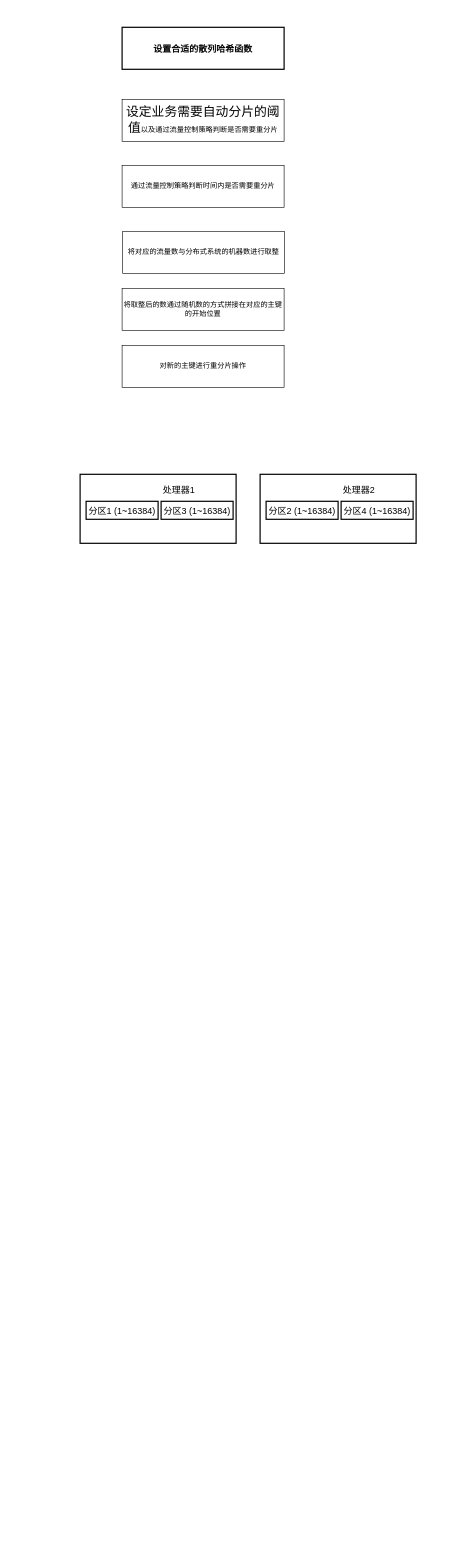
Above: 壮丽.drawio in lingpengzhou/diagrams.io (draw.io), before the change. Source tidied: cells renumbered, new cells numbered last; positions are measured from the earlier drawing's top-left corner, leaving out a move shared by most shapes. Both pictures are drawn from the tidied source at 60%, with x=0, y=0 at pixel (80, 27).
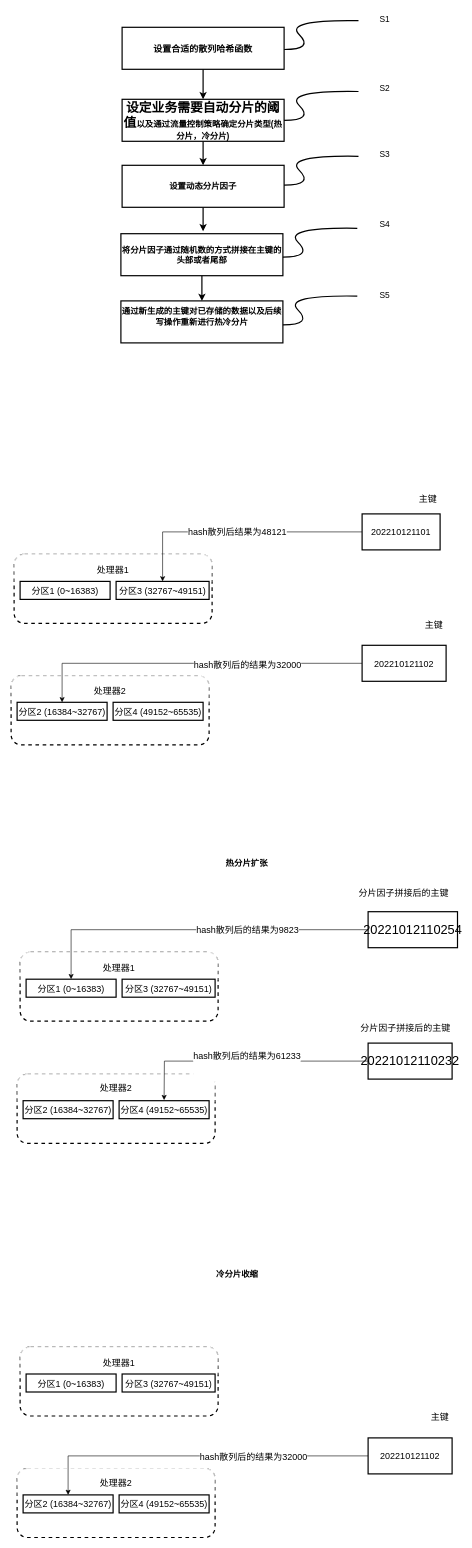
Above is the later version.

Unchanged cells that the change refers to:
```xml
<mxCell id="2" value="&lt;span&gt;&lt;font style=&quot;font-size: 15px;&quot;&gt;&lt;b&gt;设置合适的散列哈希函数&lt;/b&gt;&lt;/font&gt;&lt;/span&gt;" style="rounded=0;whiteSpace=wrap;html=1;strokeWidth=2;" parent="1" vertex="1">
  <mxGeometry x="70" width="270" height="70" as="geometry" />
</mxCell>
```

Change to the diagram source:
```diff
@@
+    <mxCell id="16" style="edgeStyle=orthogonalEdgeStyle;rounded=0;jettySize=auto;html=1;fontSize=15;strokeWidth=2;" parent="1" edge="1" source="2" target="3">
+      <mxGeometry relative="1" as="geometry" />
+    </mxCell>
@@
+    <mxCell id="17" style="edgeStyle=orthogonalEdgeStyle;rounded=0;jettySize=auto;html=1;fontSize=14;strokeWidth=2;" parent="1" edge="1" source="3" target="4">
+      <mxGeometry relative="1" as="geometry" />
+    </mxCell>
-    <mxCell id="3" value="&lt;span style=&quot;font-size:16.0pt;font-family:仿宋_GB2312;&lt;br/&gt;mso-hansi-font-family:&amp;quot;Times New Roman&amp;quot;;mso-bidi-font-family:仿宋_GB2312;&lt;br/&gt;mso-ansi-language:EN-US;mso-fareast-language:ZH-CN;mso-bidi-language:AR-SA&quot;&gt;设定业务需要自动分片的阈值&lt;/span&gt;以及通过流量控制策略判断是否需要重分片" style="rounded=0;whiteSpace=wrap;html=1;" parent="1" vertex="1">
+    <mxCell id="3" value="&lt;span style=&quot;font-size:16.0pt;font-family:仿宋_GB2312;&lt;br/&gt;mso-hansi-font-family:&amp;quot;Times New Roman&amp;quot;;mso-bidi-font-family:仿宋_GB2312;&lt;br/&gt;mso-ansi-language:EN-US;mso-fareast-language:ZH-CN;mso-bidi-language:AR-SA&quot;&gt;设定业务需要自动分片的阈值&lt;/span&gt;以及通过流量控制策略确定分片类型&lt;span lang=&quot;EN-US&quot;&gt;(&lt;/span&gt;热分片，冷分片&lt;span lang=&quot;EN-US&quot;&gt;)&lt;/span&gt;" style="rounded=0;whiteSpace=wrap;html=1;fontStyle=1;labelBorderColor=none;fontSize=14;strokeWidth=2;" parent="1" vertex="1">
       <mxGeometry x="70" y="120" width="270" height="70" as="geometry" />
     </mxCell>
+    <mxCell id="18" style="edgeStyle=orthogonalEdgeStyle;rounded=0;jettySize=auto;html=1;fontSize=14;strokeWidth=2;" parent="1" edge="1" source="4">
+      <mxGeometry relative="1" as="geometry">
+        <mxPoint x="205" y="340" as="targetPoint" />
+      </mxGeometry>
+    </mxCell>
-    <mxCell id="4" value="通过流量控制策略判断时间内是否需要重分片" style="rounded=0;whiteSpace=wrap;html=1;" parent="1" vertex="1">
+    <mxCell id="4" value="&lt;span&gt;&lt;font style=&quot;font-size: 14px;&quot;&gt;&lt;b&gt;设置动态分片因子&lt;/b&gt;&lt;/font&gt;&lt;/span&gt;" style="rounded=0;whiteSpace=wrap;html=1;strokeWidth=2;" parent="1" vertex="1">
       <mxGeometry x="70" y="230" width="270" height="70" as="geometry" />
     </mxCell>
-    <mxCell id="5" value="将对应的流量数与分布式系统的机器数进行取整" style="rounded=0;whiteSpace=wrap;html=1;" parent="1" vertex="1">
-      <mxGeometry x="71" y="340" width="270" height="70" as="geometry" />
-    </mxCell>
-    <mxCell id="6" value="将取整后的数通过随机数的方式拼接在对应的主键的开始位置" style="rounded=0;whiteSpace=wrap;html=1;" parent="1" vertex="1">
-      <mxGeometry x="70" y="435" width="270" height="70" as="geometry" />
-    </mxCell>
-    <mxCell id="7" value="对新的主键进行重分片操作" style="rounded=0;whiteSpace=wrap;html=1;" parent="1" vertex="1">
-      <mxGeometry x="70" y="530" width="270" height="70" as="geometry" />
-    </mxCell>
-    <mxCell id="8" style="rounded=0;whiteSpace=wrap;html=1;strokeWidth=2;fontSize=15;" parent="1" vertex="1">
-      <mxGeometry y="745" width="260" height="115" as="geometry" />
+    <mxCell id="8" style="rounded=1;whiteSpace=wrap;html=1;strokeWidth=2;fontSize=15;glass=1;dashed=1;" parent="1" vertex="1">
+      <mxGeometry x="-110" y="878.5" width="330" height="115" as="geometry" />
     </mxCell>
-    <mxCell id="9" value="分区1 (1~16384)" style="rounded=0;whiteSpace=wrap;html=1;strokeWidth=2;fontSize=15;" parent="1" vertex="1">
-      <mxGeometry x="10" y="790" width="120" height="30" as="geometry" />
+    <mxCell id="9" value="分区1 (0~16383)" style="rounded=0;whiteSpace=wrap;html=1;strokeWidth=2;fontSize=15;" parent="1" vertex="1">
+      <mxGeometry x="-100" y="923.5" width="150" height="30" as="geometry" />
     </mxCell>
     <mxCell id="10" value="处理器1" style="text;html=1;strokeColor=none;fillColor=none;align=center;verticalAlign=middle;whiteSpace=wrap;rounded=0;strokeWidth=2;fontSize=15;" parent="1" vertex="1">
-      <mxGeometry x="135" y="755" width="60" height="30" as="geometry" />
+      <mxGeometry x="25" y="888.5" width="60" height="30" as="geometry" />
     </mxCell>
-    <mxCell id="11" value="分区3 (1~16384)" style="rounded=0;whiteSpace=wrap;html=1;strokeWidth=2;fontSize=15;" parent="1" vertex="1">
-      <mxGeometry x="135" y="790" width="120" height="30" as="geometry" />
+    <mxCell id="11" value="分区3 (32767~49151)" style="rounded=0;whiteSpace=wrap;html=1;strokeWidth=2;fontSize=15;" parent="1" vertex="1">
+      <mxGeometry x="60" y="923.5" width="155" height="30" as="geometry" />
     </mxCell>
-    <mxCell id="12" style="rounded=0;whiteSpace=wrap;html=1;strokeWidth=2;fontSize=15;" parent="1" vertex="1">
-      <mxGeometry x="300" y="745" width="260" height="115" as="geometry" />
+    <mxCell id="12" style="rounded=1;whiteSpace=wrap;html=1;strokeWidth=2;fontSize=15;glass=1;dashed=1;" parent="1" vertex="1">
+      <mxGeometry x="-115" y="1081" width="330" height="115" as="geometry" />
     </mxCell>
-    <mxCell id="13" value="分区2 (1~16384)" style="rounded=0;whiteSpace=wrap;html=1;strokeWidth=2;fontSize=15;" parent="1" vertex="1">
-      <mxGeometry x="310" y="790" width="120" height="30" as="geometry" />
+    <mxCell id="13" value="分区2 (16384~32767)" style="rounded=0;whiteSpace=wrap;html=1;strokeWidth=2;fontSize=15;" parent="1" vertex="1">
+      <mxGeometry x="-105" y="1125" width="150" height="30" as="geometry" />
     </mxCell>
     <mxCell id="14" value="处理器2" style="text;html=1;strokeColor=none;fillColor=none;align=center;verticalAlign=middle;whiteSpace=wrap;rounded=0;strokeWidth=2;fontSize=15;" parent="1" vertex="1">
-      <mxGeometry x="435" y="755" width="60" height="30" as="geometry" />
+      <mxGeometry x="20" y="1090" width="60" height="30" as="geometry" />
     </mxCell>
-    <mxCell id="15" value="分区4 (1~16384)" style="rounded=0;whiteSpace=wrap;html=1;strokeWidth=2;fontSize=15;" parent="1" vertex="1">
-      <mxGeometry x="435" y="790" width="120" height="30" as="geometry" />
-    </mxCell>
+    <mxCell id="19" style="edgeStyle=orthogonalEdgeStyle;rounded=0;orthogonalLoop=1;jettySize=auto;html=1;exitX=0.5;exitY=1;exitDx=0;exitDy=0;fontSize=15;" parent="1" edge="1">
+      <mxGeometry relative="1" as="geometry">
+        <mxPoint x="120" y="1155" as="sourcePoint" />
+        <mxPoint x="120" y="1155" as="targetPoint" />
+      </mxGeometry>
+    </mxCell>
+    <mxCell id="20" value="分区4 (49152~65535)" style="rounded=0;whiteSpace=wrap;html=1;strokeWidth=2;fontSize=15;" parent="1" vertex="1">
+      <mxGeometry x="55" y="1125" width="150" height="30" as="geometry" />
+    </mxCell>
+    <mxCell id="21" value="hash散列后结果为48121" style="edgeStyle=orthogonalEdgeStyle;rounded=0;jettySize=auto;html=1;entryX=0.5;entryY=0;entryDx=0;entryDy=0;fontSize=15;" parent="1" edge="1" source="22" target="11">
+      <mxGeometry relative="1" as="geometry">
+        <Array as="points">
+          <mxPoint x="138" y="841" />
+        </Array>
+      </mxGeometry>
+    </mxCell>
+    <mxCell id="22" value="202210121101" style="rounded=0;whiteSpace=wrap;html=1;strokeWidth=2;fontSize=15;" parent="1" vertex="1">
+      <mxGeometry x="470" y="811" width="130" height="60" as="geometry" />
+    </mxCell>
+    <mxCell id="23" value="主键" style="text;html=1;strokeColor=none;fillColor=none;align=center;verticalAlign=middle;whiteSpace=wrap;rounded=0;strokeWidth=2;fontSize=15;" parent="1" vertex="1">
+      <mxGeometry x="550" y="771" width="60" height="30" as="geometry" />
+    </mxCell>
+    <mxCell id="24" style="edgeStyle=orthogonalEdgeStyle;rounded=0;jettySize=auto;html=1;fontSize=15;" parent="1" edge="1" source="26" target="13">
+      <mxGeometry relative="1" as="geometry" />
+    </mxCell>
+    <mxCell id="25" value="hash散列后的结果为32000" style="edgeLabel;html=1;align=center;verticalAlign=middle;fontSize=15;" parent="24" vertex="1">
+      <mxGeometry x="-0.32" y="1" relative="1" as="geometry" />
+    </mxCell>
+    <mxCell id="26" value="202210121102" style="rounded=0;whiteSpace=wrap;html=1;strokeWidth=2;fontSize=15;" parent="1" vertex="1">
+      <mxGeometry x="470" y="1030" width="140" height="60" as="geometry" />
+    </mxCell>
+    <mxCell id="27" style="rounded=1;whiteSpace=wrap;html=1;strokeWidth=2;fontSize=15;glass=1;dashed=1;" parent="1" vertex="1">
+      <mxGeometry x="-100" y="1541.5" width="330" height="115" as="geometry" />
+    </mxCell>
+    <mxCell id="28" value="分区1 (0~16383)" style="rounded=0;whiteSpace=wrap;html=1;strokeWidth=2;fontSize=15;" parent="1" vertex="1">
+      <mxGeometry x="-90" y="1586.5" width="150" height="30" as="geometry" />
+    </mxCell>
+    <mxCell id="29" value="处理器1" style="text;html=1;strokeColor=none;fillColor=none;align=center;verticalAlign=middle;whiteSpace=wrap;rounded=0;strokeWidth=2;fontSize=15;" parent="1" vertex="1">
+      <mxGeometry x="35" y="1551.5" width="60" height="30" as="geometry" />
+    </mxCell>
+    <mxCell id="30" value="分区3 (32767~49151)" style="rounded=0;whiteSpace=wrap;html=1;strokeWidth=2;fontSize=15;" parent="1" vertex="1">
+      <mxGeometry x="70" y="1586.5" width="155" height="30" as="geometry" />
+    </mxCell>
+    <mxCell id="31" style="rounded=1;whiteSpace=wrap;html=1;strokeWidth=2;fontSize=15;glass=1;dashed=1;" parent="1" vertex="1">
+      <mxGeometry x="-105" y="1745" width="330" height="115" as="geometry" />
+    </mxCell>
+    <mxCell id="32" value="分区2 (16384~32767)" style="rounded=0;whiteSpace=wrap;html=1;strokeWidth=2;fontSize=15;" parent="1" vertex="1">
+      <mxGeometry x="-95" y="1789" width="150" height="30" as="geometry" />
+    </mxCell>
+    <mxCell id="33" value="处理器2" style="text;html=1;strokeColor=none;fillColor=none;align=center;verticalAlign=middle;whiteSpace=wrap;rounded=0;strokeWidth=2;fontSize=15;" parent="1" vertex="1">
+      <mxGeometry x="30" y="1753" width="60" height="30" as="geometry" />
+    </mxCell>
+    <mxCell id="34" style="edgeStyle=orthogonalEdgeStyle;rounded=0;orthogonalLoop=1;jettySize=auto;html=1;exitX=0.5;exitY=1;exitDx=0;exitDy=0;fontSize=15;" parent="1" edge="1">
+      <mxGeometry relative="1" as="geometry">
+        <mxPoint x="130" y="1819" as="sourcePoint" />
+        <mxPoint x="130" y="1819" as="targetPoint" />
+      </mxGeometry>
+    </mxCell>
+    <mxCell id="35" value="分区4 (49152~65535)" style="rounded=0;whiteSpace=wrap;html=1;strokeWidth=2;fontSize=15;" parent="1" vertex="1">
+      <mxGeometry x="65" y="1789" width="150" height="30" as="geometry" />
+    </mxCell>
+    <mxCell id="36" style="edgeStyle=orthogonalEdgeStyle;rounded=0;jettySize=auto;html=1;entryX=0.5;entryY=0;entryDx=0;entryDy=0;fontSize=14;" parent="1" edge="1" source="38" target="28">
+      <mxGeometry relative="1" as="geometry" />
+    </mxCell>
+    <mxCell id="37" value="&lt;span style=&quot;font-size: 15px;&quot;&gt;hash散列后的结果为9823&lt;/span&gt;" style="edgeLabel;html=1;align=center;verticalAlign=middle;fontSize=14;" parent="36" vertex="1">
+      <mxGeometry x="-0.3" y="-1" relative="1" as="geometry" />
+    </mxCell>
+    <mxCell id="38" value="&lt;span style=&quot;font-size:16.0pt;font-family:&lt;br/&gt;仿宋_GB2312;mso-hansi-font-family:&amp;quot;Times New Roman&amp;quot;;mso-bidi-font-family:仿宋_GB2312;&lt;br/&gt;mso-ansi-language:EN-US;mso-fareast-language:ZH-CN;mso-bidi-language:AR-SA&quot; lang=&quot;EN-US&quot;&gt;20221012110254&lt;/span&gt;" style="rounded=0;whiteSpace=wrap;html=1;strokeWidth=2;fontSize=15;" parent="1" vertex="1">
+      <mxGeometry x="480" y="1474" width="149" height="60" as="geometry" />
+    </mxCell>
+    <mxCell id="39" value="分片因子拼接后的主键" style="text;html=1;strokeColor=none;fillColor=none;align=center;verticalAlign=middle;whiteSpace=wrap;rounded=0;strokeWidth=2;fontSize=15;" parent="1" vertex="1">
+      <mxGeometry x="459" y="1428" width="161" height="30" as="geometry" />
+    </mxCell>
+    <mxCell id="40" value="&#10;&lt;span style=&quot;color: rgb(0, 0, 0); font-family: Helvetica; font-size: 15px; font-style: normal; font-variant-ligatures: normal; font-variant-caps: normal; font-weight: 400; letter-spacing: normal; orphans: 2; text-align: center; text-indent: 0px; text-transform: none; widows: 2; word-spacing: 0px; -webkit-text-stroke-width: 0px; background-color: rgb(255, 255, 255); text-decoration-thickness: initial; text-decoration-style: initial; text-decoration-color: initial; float: none; display: inline !important;&quot;&gt;hash散列后的结果为61233&lt;/span&gt;&#10;&#10;" style="edgeStyle=orthogonalEdgeStyle;rounded=0;jettySize=auto;html=1;fontSize=14;" parent="1" edge="1" source="41">
+      <mxGeometry relative="1" as="geometry">
+        <mxPoint x="140" y="1788" as="targetPoint" />
+      </mxGeometry>
+    </mxCell>
+    <mxCell id="41" value="&lt;span style=&quot;font-size:16.0pt;font-family:&lt;br/&gt;仿宋_GB2312;mso-hansi-font-family:&amp;quot;Times New Roman&amp;quot;;mso-bidi-font-family:仿宋_GB2312;&lt;br/&gt;mso-ansi-language:EN-US;mso-fareast-language:ZH-CN;mso-bidi-language:AR-SA&quot; lang=&quot;EN-US&quot;&gt;20221012110232&lt;/span&gt;" style="rounded=0;whiteSpace=wrap;html=1;strokeWidth=2;fontSize=15;" parent="1" vertex="1">
+      <mxGeometry x="480" y="1693" width="140" height="60" as="geometry" />
+    </mxCell>
+    <mxCell id="42" value="主键" style="text;html=1;strokeColor=none;fillColor=none;align=center;verticalAlign=middle;whiteSpace=wrap;rounded=0;strokeWidth=2;fontSize=15;" parent="1" vertex="1">
+      <mxGeometry x="560" y="980" width="60" height="30" as="geometry" />
+    </mxCell>
+    <mxCell id="43" value="分片因子拼接后的主键" style="text;html=1;strokeColor=none;fillColor=none;align=center;verticalAlign=middle;whiteSpace=wrap;rounded=0;strokeWidth=2;fontSize=15;" parent="1" vertex="1">
+      <mxGeometry x="462" y="1652" width="161" height="30" as="geometry" />
+    </mxCell>
+    <mxCell id="44" value="&lt;b&gt;热分片扩张&lt;/b&gt;" style="text;html=1;strokeColor=none;fillColor=none;align=center;verticalAlign=middle;whiteSpace=wrap;rounded=0;glass=1;dashed=1;labelBorderColor=none;strokeWidth=2;fontSize=14;" parent="1" vertex="1">
+      <mxGeometry x="230" y="1378" width="96" height="30" as="geometry" />
+    </mxCell>
+    <mxCell id="45" style="rounded=1;whiteSpace=wrap;html=1;strokeWidth=2;fontSize=15;glass=1;dashed=1;" parent="1" vertex="1">
+      <mxGeometry x="-100" y="2199.5" width="330" height="115" as="geometry" />
+    </mxCell>
+    <mxCell id="46" value="分区1 (0~16383)" style="rounded=0;whiteSpace=wrap;html=1;strokeWidth=2;fontSize=15;" parent="1" vertex="1">
+      <mxGeometry x="-90" y="2244.5" width="150" height="30" as="geometry" />
+    </mxCell>
+    <mxCell id="47" value="处理器1" style="text;html=1;strokeColor=none;fillColor=none;align=center;verticalAlign=middle;whiteSpace=wrap;rounded=0;strokeWidth=2;fontSize=15;" parent="1" vertex="1">
+      <mxGeometry x="35" y="2209.5" width="60" height="30" as="geometry" />
+    </mxCell>
+    <mxCell id="48" value="分区3 (32767~49151)" style="rounded=0;whiteSpace=wrap;html=1;strokeWidth=2;fontSize=15;" parent="1" vertex="1">
+      <mxGeometry x="70" y="2244.5" width="155" height="30" as="geometry" />
+    </mxCell>
+    <mxCell id="49" style="rounded=1;whiteSpace=wrap;html=1;strokeWidth=2;fontSize=15;glass=1;dashed=1;" parent="1" vertex="1">
+      <mxGeometry x="-105" y="2402" width="330" height="115" as="geometry" />
+    </mxCell>
+    <mxCell id="50" value="分区2 (16384~32767)" style="rounded=0;whiteSpace=wrap;html=1;strokeWidth=2;fontSize=15;" parent="1" vertex="1">
+      <mxGeometry x="-95" y="2446" width="150" height="30" as="geometry" />
+    </mxCell>
+    <mxCell id="51" value="处理器2" style="text;html=1;strokeColor=none;fillColor=none;align=center;verticalAlign=middle;whiteSpace=wrap;rounded=0;strokeWidth=2;fontSize=15;" parent="1" vertex="1">
+      <mxGeometry x="30" y="2411" width="60" height="30" as="geometry" />
+    </mxCell>
+    <mxCell id="52" style="edgeStyle=orthogonalEdgeStyle;rounded=0;orthogonalLoop=1;jettySize=auto;html=1;exitX=0.5;exitY=1;exitDx=0;exitDy=0;fontSize=15;" parent="1" edge="1">
+      <mxGeometry relative="1" as="geometry">
+        <mxPoint x="130" y="2476" as="sourcePoint" />
+        <mxPoint x="130" y="2476" as="targetPoint" />
+      </mxGeometry>
+    </mxCell>
+    <mxCell id="53" value="分区4 (49152~65535)" style="rounded=0;whiteSpace=wrap;html=1;strokeWidth=2;fontSize=15;" parent="1" vertex="1">
+      <mxGeometry x="65" y="2446" width="150" height="30" as="geometry" />
+    </mxCell>
+    <mxCell id="54" style="edgeStyle=orthogonalEdgeStyle;rounded=0;jettySize=auto;html=1;fontSize=15;" parent="1" edge="1" source="56" target="50">
+      <mxGeometry relative="1" as="geometry" />
+    </mxCell>
+    <mxCell id="55" value="hash散列后的结果为32000" style="edgeLabel;html=1;align=center;verticalAlign=middle;fontSize=15;" parent="54" vertex="1">
+      <mxGeometry x="-0.32" y="1" relative="1" as="geometry" />
+    </mxCell>
+    <mxCell id="56" value="202210121102" style="rounded=0;whiteSpace=wrap;html=1;strokeWidth=2;fontSize=15;" parent="1" vertex="1">
+      <mxGeometry x="480" y="2351" width="140" height="60" as="geometry" />
+    </mxCell>
+    <mxCell id="57" value="主键" style="text;html=1;strokeColor=none;fillColor=none;align=center;verticalAlign=middle;whiteSpace=wrap;rounded=0;strokeWidth=2;fontSize=15;" parent="1" vertex="1">
+      <mxGeometry x="570" y="2301" width="60" height="30" as="geometry" />
+    </mxCell>
+    <mxCell id="58" value="&lt;b&gt;冷分片收缩&lt;/b&gt;" style="text;html=1;strokeColor=none;fillColor=none;align=center;verticalAlign=middle;whiteSpace=wrap;rounded=0;glass=1;dashed=1;labelBorderColor=none;strokeWidth=2;fontSize=14;" parent="1" vertex="1">
+      <mxGeometry x="220" y="2064" width="84" height="30" as="geometry" />
+    </mxCell>
+    <mxCell id="59" style="edgeStyle=orthogonalEdgeStyle;rounded=0;jettySize=auto;html=1;fontSize=14;strokeWidth=2;" parent="1" edge="1" source="60" target="61">
+      <mxGeometry relative="1" as="geometry" />
+    </mxCell>
+    <mxCell id="60" value="&lt;b style=&quot;font-size: 14px;&quot;&gt;将分片因子通过随机数的方式拼接在主键的头部或者尾部&lt;/b&gt;" style="rounded=0;whiteSpace=wrap;html=1;strokeWidth=2;" parent="1" vertex="1">
+      <mxGeometry x="68" y="344" width="270" height="70" as="geometry" />
+    </mxCell>
+    <mxCell id="61" value="&lt;font style=&quot;font-size: 14px;&quot;&gt;&lt;b&gt;&lt;br&gt;&lt;span&gt;通过新生成的主键对已存储的数据以及后续写操作重新进行热冷分片&lt;/span&gt;&lt;br&gt;&lt;br&gt;&lt;/b&gt;&lt;br&gt;&lt;/font&gt;" style="rounded=0;whiteSpace=wrap;html=1;strokeWidth=2;" parent="1" vertex="1">
+      <mxGeometry x="68" y="456" width="270" height="70" as="geometry" />
+    </mxCell>
+    <mxCell id="62" style="endArrow=none;html=1;fontSize=14;strokeWidth=2;strokeColor=default;startArrow=none;startFill=0;curved=1;endFill=0;" parent="1" edge="1">
+      <mxGeometry relative="1" as="geometry">
+        <mxPoint x="340" y="37" as="sourcePoint" />
+        <mxPoint x="464" y="-11" as="targetPoint" />
+        <Array as="points">
+          <mxPoint x="390" y="37" />
+          <mxPoint x="340" y="-13" />
+        </Array>
+      </mxGeometry>
+    </mxCell>
+    <mxCell id="63" value="S1" style="text;html=1;strokeColor=none;fillColor=none;align=center;verticalAlign=middle;whiteSpace=wrap;rounded=0;glass=1;dashed=1;labelBorderColor=none;strokeWidth=2;fontSize=14;" parent="1" vertex="1">
+      <mxGeometry x="478" y="-28" width="60" height="30" as="geometry" />
+    </mxCell>
+    <mxCell id="64" value="S5" style="text;html=1;strokeColor=none;fillColor=none;align=center;verticalAlign=middle;whiteSpace=wrap;rounded=0;glass=1;dashed=1;labelBorderColor=none;strokeWidth=2;fontSize=14;" parent="1" vertex="1">
+      <mxGeometry x="478" y="432" width="60" height="30" as="geometry" />
+    </mxCell>
+    <mxCell id="65" value="S4" style="text;html=1;strokeColor=none;fillColor=none;align=center;verticalAlign=middle;whiteSpace=wrap;rounded=0;glass=1;dashed=1;labelBorderColor=none;strokeWidth=2;fontSize=14;" parent="1" vertex="1">
+      <mxGeometry x="478" y="314" width="60" height="30" as="geometry" />
+    </mxCell>
+    <mxCell id="66" value="S3" style="text;html=1;strokeColor=none;fillColor=none;align=center;verticalAlign=middle;whiteSpace=wrap;rounded=0;glass=1;dashed=1;labelBorderColor=none;strokeWidth=2;fontSize=14;" parent="1" vertex="1">
+      <mxGeometry x="478" y="197" width="60" height="30" as="geometry" />
+    </mxCell>
+    <mxCell id="67" value="S2" style="text;html=1;strokeColor=none;fillColor=none;align=center;verticalAlign=middle;whiteSpace=wrap;rounded=0;glass=1;dashed=1;labelBorderColor=none;strokeWidth=2;fontSize=14;" parent="1" vertex="1">
+      <mxGeometry x="478" y="86" width="60" height="30" as="geometry" />
+    </mxCell>
+    <mxCell id="68" style="endArrow=none;html=1;fontSize=14;strokeWidth=2;strokeColor=default;startArrow=none;startFill=0;curved=1;endFill=0;" parent="1" edge="1">
+      <mxGeometry relative="1" as="geometry">
+        <mxPoint x="340" y="155" as="sourcePoint" />
+        <mxPoint x="464" y="107" as="targetPoint" />
+        <Array as="points">
+          <mxPoint x="390" y="155" />
+          <mxPoint x="340" y="105" />
+        </Array>
+      </mxGeometry>
+    </mxCell>
+    <mxCell id="69" style="endArrow=none;html=1;fontSize=14;strokeWidth=2;strokeColor=default;startArrow=none;startFill=0;curved=1;endFill=0;" parent="1" edge="1">
+      <mxGeometry relative="1" as="geometry">
+        <mxPoint x="340" y="263" as="sourcePoint" />
+        <mxPoint x="464" y="215" as="targetPoint" />
+        <Array as="points">
+          <mxPoint x="390" y="263" />
+          <mxPoint x="340" y="213" />
+        </Array>
+      </mxGeometry>
+    </mxCell>
+    <mxCell id="70" style="endArrow=none;html=1;fontSize=14;strokeWidth=2;strokeColor=default;startArrow=none;startFill=0;curved=1;endFill=0;" parent="1" edge="1">
+      <mxGeometry relative="1" as="geometry">
+        <mxPoint x="338" y="383" as="sourcePoint" />
+        <mxPoint x="462" y="335" as="targetPoint" />
+        <Array as="points">
+          <mxPoint x="388" y="383" />
+          <mxPoint x="338" y="333" />
+        </Array>
+      </mxGeometry>
+    </mxCell>
+    <mxCell id="71" style="endArrow=none;html=1;fontSize=14;strokeWidth=2;strokeColor=default;startArrow=none;startFill=0;curved=1;endFill=0;" parent="1" edge="1">
+      <mxGeometry relative="1" as="geometry">
+        <mxPoint x="338" y="496" as="sourcePoint" />
+        <mxPoint x="462" y="448" as="targetPoint" />
+        <Array as="points">
+          <mxPoint x="388" y="496" />
+          <mxPoint x="338" y="446" />
+        </Array>
+      </mxGeometry>
+    </mxCell>
```
